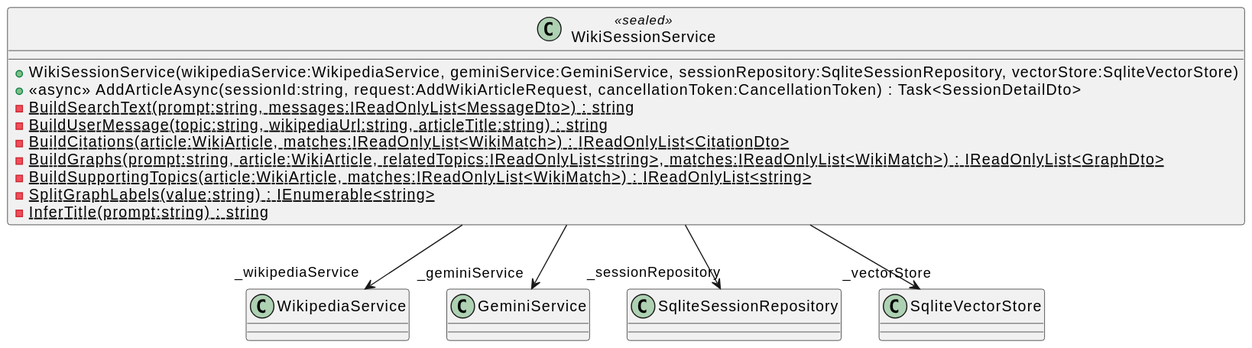
Above: uml/WikiGraph.Api/Application/Services/WikiSessionService.svg in Tirth-Thakkar/WikiGraph (PlantUML), before the change. Source of this version:
```plantuml
@startuml
class WikiSessionService <<sealed>> {
    + WikiSessionService(wikipediaService:WikipediaService, geminiService:GeminiService, sessionRepository:SqliteSessionRepository, vectorStore:SqliteVectorStore)
    + <<async>> AddArticleAsync(sessionId:string, request:AddWikiArticleRequest, cancellationToken:CancellationToken) : Task<SessionDetailDto>
    - {static} BuildSearchText(prompt:string, messages:IReadOnlyList<MessageDto>) : string
    - {static} BuildUserMessage(topic:string, wikipediaUrl:string, articleTitle:string) : string
    - {static} BuildCitations(article:WikiArticle, matches:IReadOnlyList<WikiMatch>) : IReadOnlyList<CitationDto>
    - {static} BuildGraphs(prompt:string, article:WikiArticle, relatedTopics:IReadOnlyList<string>, matches:IReadOnlyList<WikiMatch>) : IReadOnlyList<GraphDto>
    - {static} BuildSupportingTopics(article:WikiArticle, matches:IReadOnlyList<WikiMatch>) : IReadOnlyList<string>
    - {static} SplitGraphLabels(value:string) : IEnumerable<string>
    - {static} InferTitle(prompt:string) : string
}
WikiSessionService --> "_wikipediaService" WikipediaService
WikiSessionService --> "_geminiService" GeminiService
WikiSessionService --> "_sessionRepository" SqliteSessionRepository
WikiSessionService --> "_vectorStore" SqliteVectorStore
@enduml
```
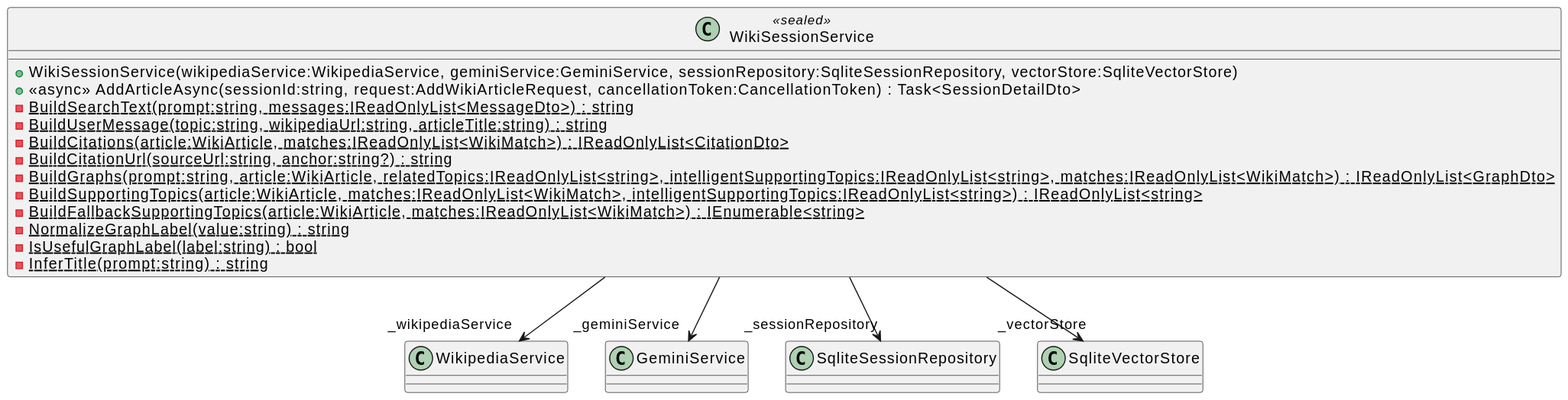
The same diagram one commit later.

The edit, as a diff of the source:
```diff
@@ -5,9 +5,12 @@
     - {static} BuildSearchText(prompt:string, messages:IReadOnlyList<MessageDto>) : string
     - {static} BuildUserMessage(topic:string, wikipediaUrl:string, articleTitle:string) : string
     - {static} BuildCitations(article:WikiArticle, matches:IReadOnlyList<WikiMatch>) : IReadOnlyList<CitationDto>
-    - {static} BuildGraphs(prompt:string, article:WikiArticle, relatedTopics:IReadOnlyList<string>, matches:IReadOnlyList<WikiMatch>) : IReadOnlyList<GraphDto>
-    - {static} BuildSupportingTopics(article:WikiArticle, matches:IReadOnlyList<WikiMatch>) : IReadOnlyList<string>
-    - {static} SplitGraphLabels(value:string) : IEnumerable<string>
+    - {static} BuildCitationUrl(sourceUrl:string, anchor:string?) : string
+    - {static} BuildGraphs(prompt:string, article:WikiArticle, relatedTopics:IReadOnlyList<string>, intelligentSupportingTopics:IReadOnlyList<string>, matches:IReadOnlyList<WikiMatch>) : IReadOnlyList<GraphDto>
+    - {static} BuildSupportingTopics(article:WikiArticle, matches:IReadOnlyList<WikiMatch>, intelligentSupportingTopics:IReadOnlyList<string>) : IReadOnlyList<string>
+    - {static} BuildFallbackSupportingTopics(article:WikiArticle, matches:IReadOnlyList<WikiMatch>) : IEnumerable<string>
+    - {static} NormalizeGraphLabel(value:string) : string
+    - {static} IsUsefulGraphLabel(label:string) : bool
     - {static} InferTitle(prompt:string) : string
 }
 WikiSessionService --> "_wikipediaService" WikipediaService
```
